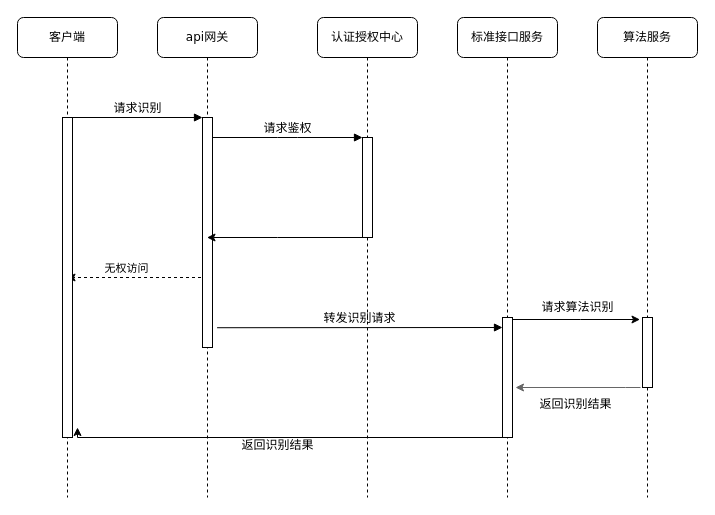
Before: server-image.drawio in luyuandeng/drawio, a draw.io diagram. Source tidied: cells renumbered, new cells numbered last; positions are measured from the earlier drawing's top-left corner, leaving out a move shared by most shapes. Both pictures are drawn from the tidied source at 100%, with x=0, y=0 at pixel (17, 17).
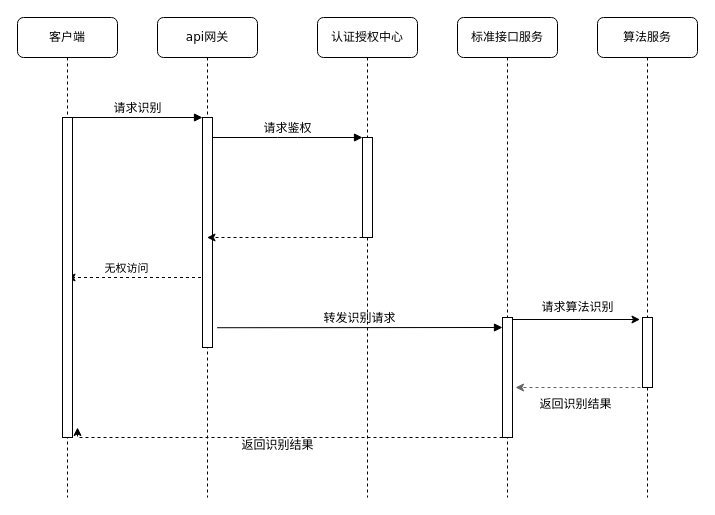
Above is the later version.

The change refers to these unchanged cells:
```xml
<mxCell id="4" value="api网关" style="shape=umlLifeline;perimeter=lifelinePerimeter;whiteSpace=wrap;html=1;outlineConnect=0;rounded=1;shadow=0;comic=0;labelBackgroundColor=none;strokeWidth=1;fontFamily=Verdana;fontSize=12;align=center;" parent="1" vertex="1">
  <mxGeometry x="140" width="100" height="480" as="geometry" />
</mxCell>
<mxCell id="7" style="html=1;points=[];perimeter=orthogonalPerimeter;rounded=0;shadow=0;comic=0;labelBackgroundColor=none;strokeWidth=1;fontFamily=Verdana;fontSize=12;align=center;" parent="6" vertex="1">
  <mxGeometry x="45" y="120" width="10" height="100" as="geometry" />
</mxCell>
<mxCell id="14" style="html=1;points=[];perimeter=orthogonalPerimeter;rounded=0;shadow=0;comic=0;labelBackgroundColor=none;strokeWidth=1;fontFamily=Verdana;fontSize=12;align=center;" parent="1" vertex="1">
  <mxGeometry x="485" y="300" width="10" height="120" as="geometry" />
</mxCell>
```

The edit, as a diff of the source:
```diff
@@
-    <mxCell id="13" style="edgeStyle=orthogonalEdgeStyle;rounded=0;jettySize=auto;html=1;" parent="1" edge="1" source="14">
+    <mxCell id="13" style="edgeStyle=orthogonalEdgeStyle;rounded=0;jettySize=auto;html=1;dashed=1;" parent="1" edge="1" source="14">
       <mxGeometry relative="1" as="geometry">
         <mxPoint x="60" y="410" as="targetPoint" />
         <Array as="points">
           <mxPoint x="490" y="420" />
           <mxPoint x="60" y="420" />
         </Array>
       </mxGeometry>
     </mxCell>
@@
-    <mxCell id="16" style="edgeStyle=orthogonalEdgeStyle;rounded=0;orthogonalLoop=1;jettySize=auto;html=1;fillColor=#f5f5f5;strokeColor=#666666;" parent="1" edge="1">
+    <mxCell id="16" style="edgeStyle=orthogonalEdgeStyle;rounded=0;orthogonalLoop=1;jettySize=auto;html=1;fillColor=#f5f5f5;strokeColor=#666666;dashed=1;" parent="1" edge="1">
       <mxGeometry relative="1" as="geometry">
         <mxPoint x="623" y="370" as="sourcePoint" />
         <mxPoint x="498" y="370" as="targetPoint" />
         <Array as="points">
           <mxPoint x="608" y="370" />
           <mxPoint x="608" y="370" />
         </Array>
       </mxGeometry>
     </mxCell>
@@
-    <mxCell id="20" style="edgeStyle=orthogonalEdgeStyle;rounded=0;jettySize=auto;html=1;" parent="1" edge="1" source="7" target="4">
+    <mxCell id="20" style="edgeStyle=orthogonalEdgeStyle;rounded=0;jettySize=auto;html=1;dashed=1;" parent="1" edge="1" source="7" target="4">
       <mxGeometry relative="1" as="geometry">
         <Array as="points">
           <mxPoint x="260" y="220" />
           <mxPoint x="260" y="220" />
         </Array>
       </mxGeometry>
     </mxCell>
```
